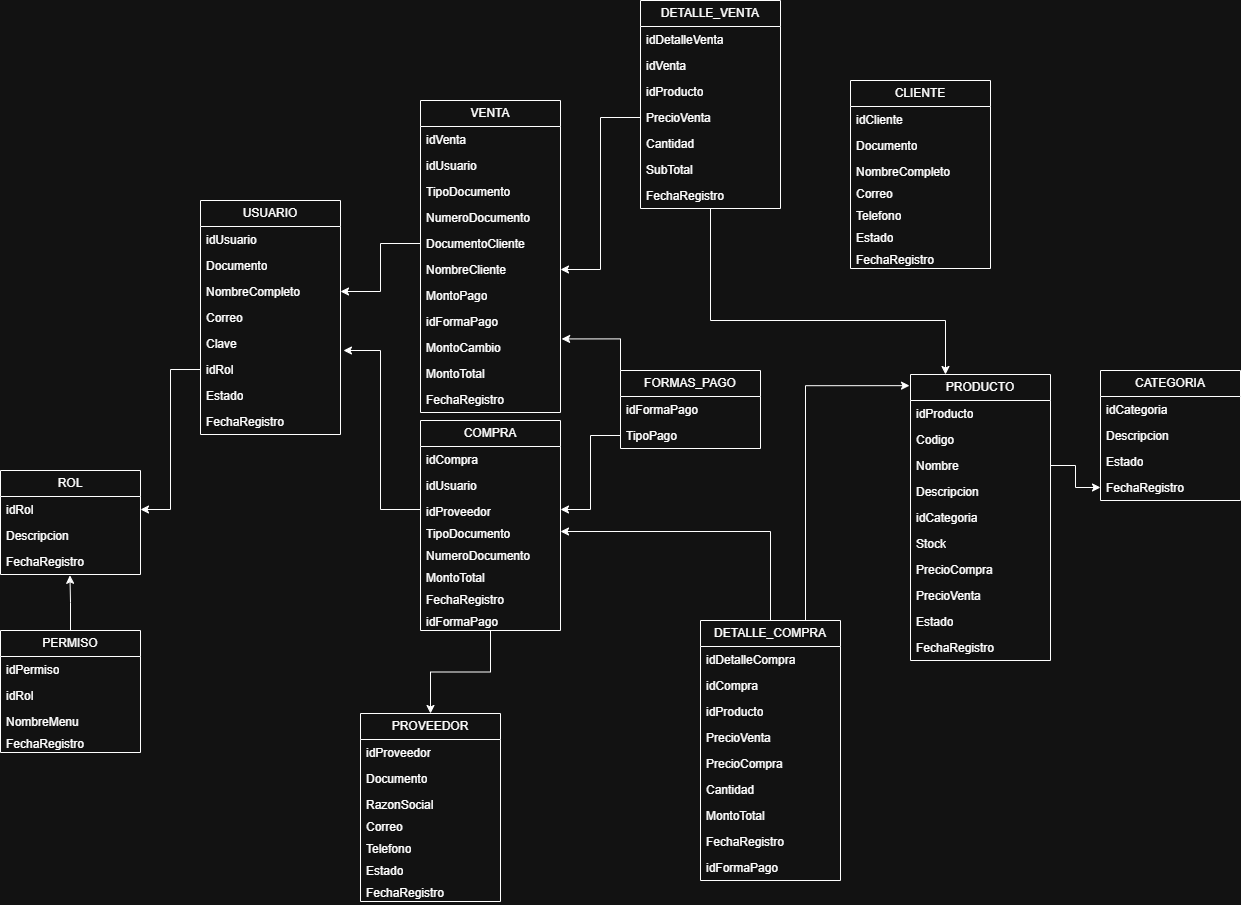
Above: Diagramas/Diagrama de Dominio.drawio.png in IvanMoreno718/Trabajo-Practicas-Profesionalizantes (draw.io), before the change. Source tidied: cells renumbered, new cells last; positions are measured from the earlier drawing's top-left corner, leaving out a move shared by most shapes.
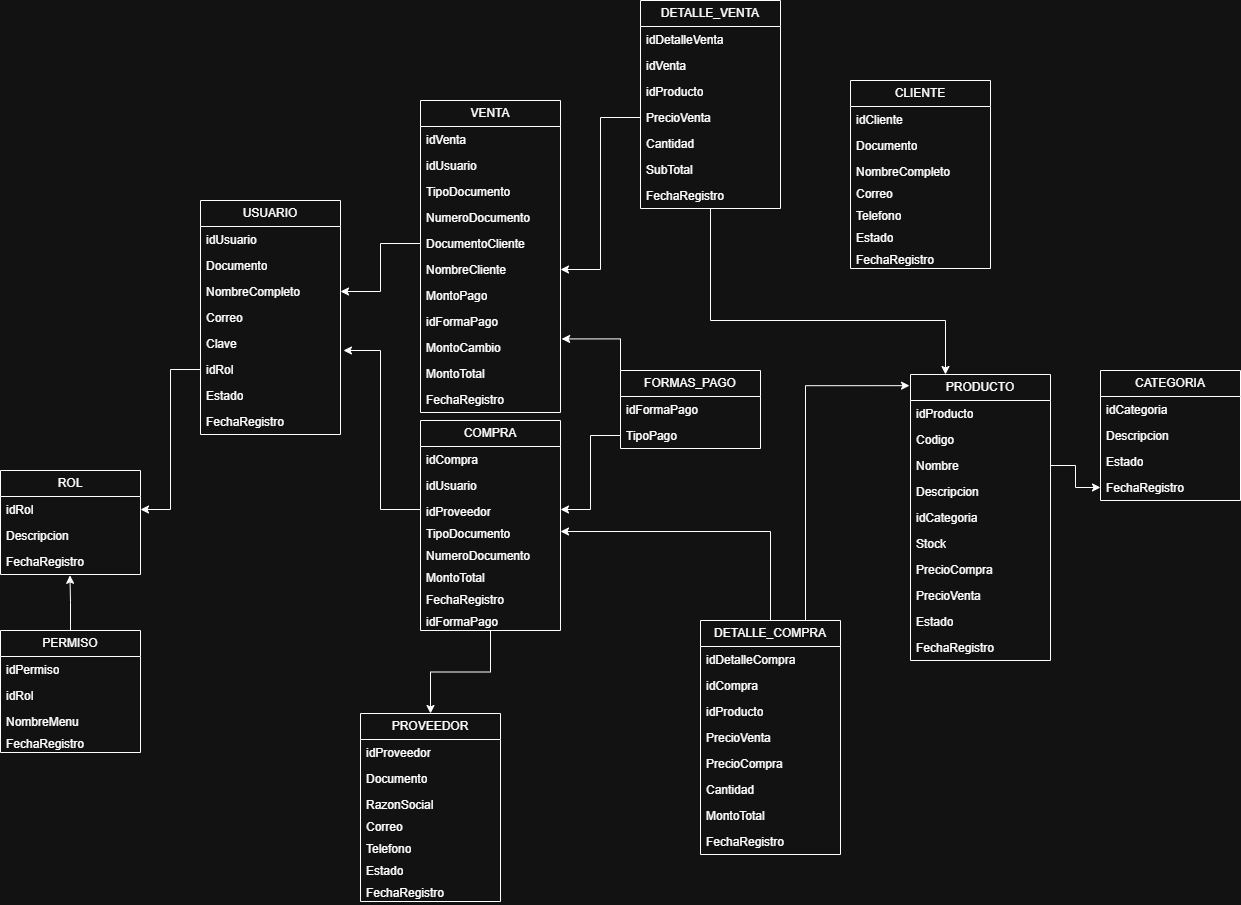
Later version of the same file.

Commit message:
me canse, dominio

Change to the diagram source:
```diff
@@ -215,7 +215,7 @@
       <mxGeometry relative="1" as="geometry" />
     </mxCell>
     <mxCell id="71" value="DETALLE_COMPRA" style="swimlane;fontStyle=0;horizontal=1;startSize=26;fillColor=none;whiteSpace=wrap;html=1;" parent="1" vertex="1">
-      <mxGeometry x="700" y="620" width="140" height="260" as="geometry" />
+      <mxGeometry x="700" y="620" width="140" height="234" as="geometry" />
     </mxCell>
     <mxCell id="72" value="idDetalleCompra" style="text;strokeColor=none;fillColor=none;align=left;verticalAlign=top;spacingLeft=4;spacingRight=4;overflow=hidden;whiteSpace=wrap;html=1;" parent="71" vertex="1">
       <mxGeometry y="26" width="140" height="26" as="geometry" />
@@ -241,9 +241,6 @@
     <mxCell id="79" value="FechaRegistro" style="text;strokeColor=none;fillColor=none;align=left;verticalAlign=top;spacingLeft=4;spacingRight=4;overflow=hidden;whiteSpace=wrap;html=1;" parent="71" vertex="1">
       <mxGeometry y="208" width="140" height="26" as="geometry" />
     </mxCell>
-    <mxCell id="80" value="idFormaPago" style="text;strokeColor=none;fillColor=none;align=left;verticalAlign=top;spacingLeft=4;spacingRight=4;overflow=hidden;whiteSpace=wrap;html=1;" parent="71" vertex="1">
-      <mxGeometry y="234" width="140" height="26" as="geometry" />
-    </mxCell>
     <mxCell id="81" value="CATEGORIA" style="swimlane;fontStyle=0;horizontal=1;startSize=26;fillColor=none;whiteSpace=wrap;html=1;" parent="1" vertex="1">
       <mxGeometry x="1100" y="370" width="140" height="130" as="geometry" />
     </mxCell>
```
